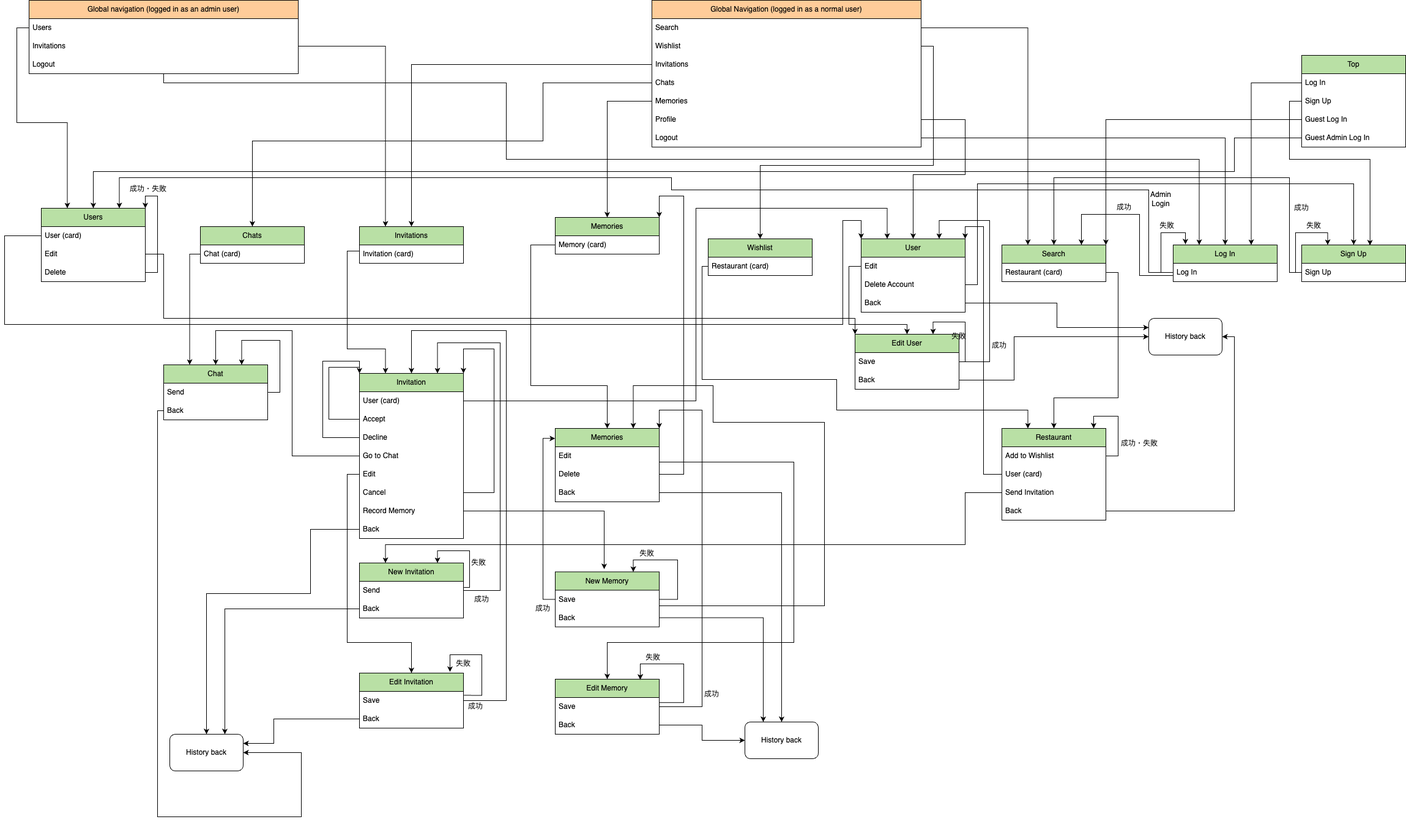
This is images/DineMate_User_Flow_Diagram.png from coding-shimichan/dine-mate, a draw.io export, as it was before one commit. Source tidied: cells renumbered, new cells last; positions are measured from the earlier drawing's top-left corner, leaving out a move shared by most shapes.
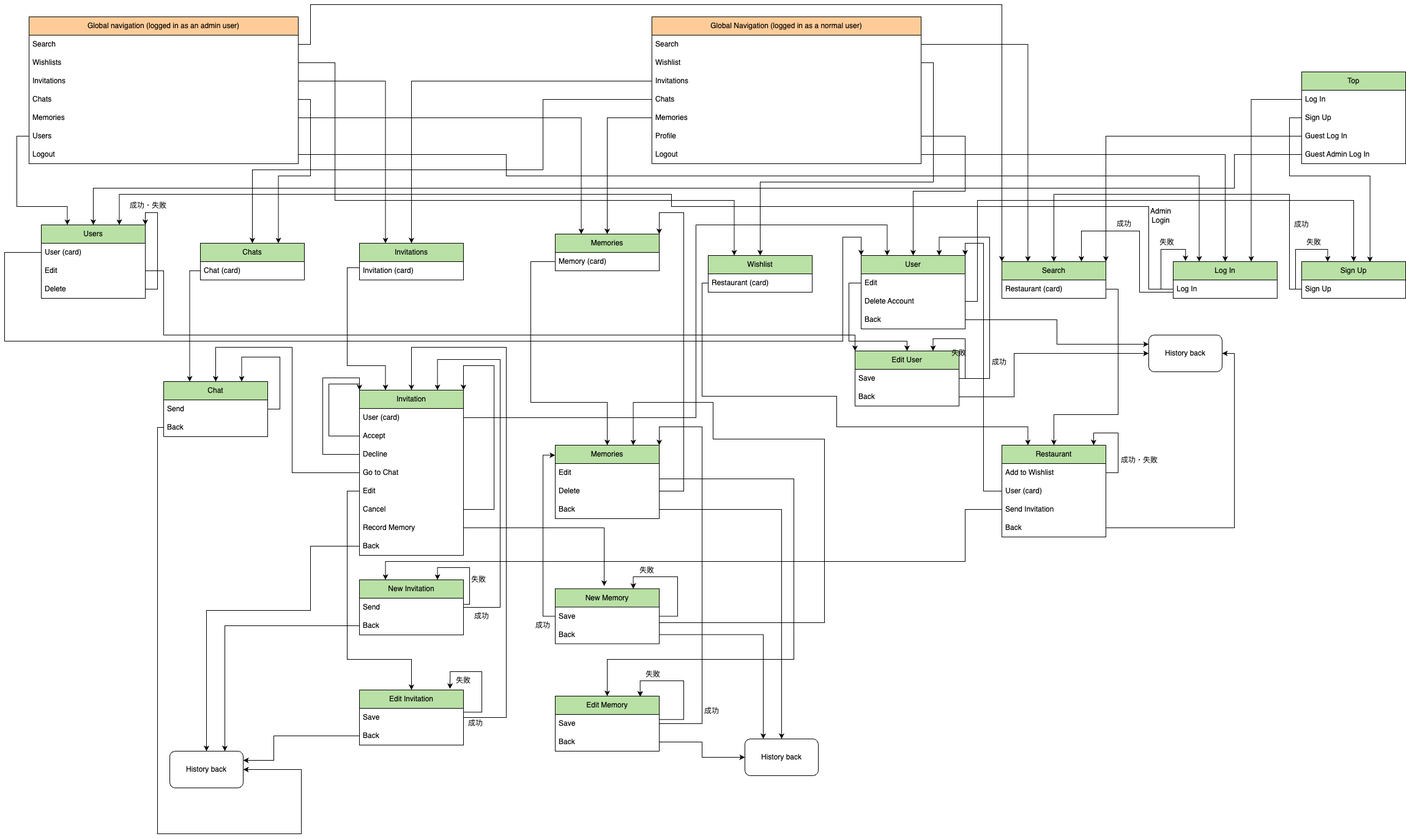
After the change.

Commit message:
Update user flow diagram

The edit, as a diff of the source:
```diff
@@ -251,16 +251,28 @@
       </mxGeometry>
     </mxCell>
     <mxCell id="60" value="Global navigation (logged in as an admin user)" style="swimlane;fontStyle=0;horizontal=1;startSize=30;whiteSpace=wrap;html=1;fillColor=#FFCC99;" parent="1" vertex="1">
-      <mxGeometry x="40" width="440" height="120" as="geometry" />
+      <mxGeometry x="40" width="440" height="240" as="geometry" />
     </mxCell>
+    <mxCell id="161" value="Search" style="text;strokeColor=none;fillColor=none;align=left;verticalAlign=middle;spacingLeft=4;spacingRight=4;overflow=hidden;points=[[0,0.5],[1,0.5]];portConstraint=eastwest;whiteSpace=wrap;html=1;" parent="60" vertex="1">
+      <mxGeometry y="30" width="440" height="30" as="geometry" />
+    </mxCell>
+    <mxCell id="162" value="Wishlists" style="text;strokeColor=none;fillColor=none;align=left;verticalAlign=middle;spacingLeft=4;spacingRight=4;overflow=hidden;points=[[0,0.5],[1,0.5]];portConstraint=eastwest;whiteSpace=wrap;html=1;" parent="60" vertex="1">
+      <mxGeometry y="60" width="440" height="30" as="geometry" />
+    </mxCell>
+    <mxCell id="62" value="Invitations" style="text;strokeColor=none;fillColor=none;align=left;verticalAlign=middle;spacingLeft=4;spacingRight=4;overflow=hidden;points=[[0,0.5],[1,0.5]];portConstraint=eastwest;whiteSpace=wrap;html=1;" parent="60" vertex="1">
+      <mxGeometry y="90" width="440" height="30" as="geometry" />
+    </mxCell>
+    <mxCell id="163" value="Chats" style="text;strokeColor=none;fillColor=none;align=left;verticalAlign=middle;spacingLeft=4;spacingRight=4;overflow=hidden;points=[[0,0.5],[1,0.5]];portConstraint=eastwest;whiteSpace=wrap;html=1;" parent="60" vertex="1">
+      <mxGeometry y="120" width="440" height="30" as="geometry" />
+    </mxCell>
+    <mxCell id="164" value="Memories" style="text;strokeColor=none;fillColor=none;align=left;verticalAlign=middle;spacingLeft=4;spacingRight=4;overflow=hidden;points=[[0,0.5],[1,0.5]];portConstraint=eastwest;whiteSpace=wrap;html=1;" parent="60" vertex="1">
+      <mxGeometry y="150" width="440" height="30" as="geometry" />
+    </mxCell>
     <mxCell id="61" value="Users" style="text;strokeColor=none;fillColor=none;align=left;verticalAlign=middle;spacingLeft=4;spacingRight=4;overflow=hidden;points=[[0,0.5],[1,0.5]];portConstraint=eastwest;whiteSpace=wrap;html=1;" parent="60" vertex="1">
-      <mxGeometry y="30" width="440" height="30" as="geometry" />
+      <mxGeometry y="180" width="440" height="30" as="geometry" />
     </mxCell>
-    <mxCell id="62" value="Invitations" style="text;strokeColor=none;fillColor=none;align=left;verticalAlign=middle;spacingLeft=4;spacingRight=4;overflow=hidden;points=[[0,0.5],[1,0.5]];portConstraint=eastwest;whiteSpace=wrap;html=1;" parent="60" vertex="1">
-      <mxGeometry y="60" width="440" height="30" as="geometry" />
-    </mxCell>
     <mxCell id="63" value="Logout" style="text;strokeColor=none;fillColor=none;align=left;verticalAlign=middle;spacingLeft=4;spacingRight=4;overflow=hidden;points=[[0,0.5],[1,0.5]];portConstraint=eastwest;whiteSpace=wrap;html=1;" parent="60" vertex="1">
-      <mxGeometry y="90" width="440" height="30" as="geometry" />
+      <mxGeometry y="210" width="440" height="30" as="geometry" />
     </mxCell>
     <mxCell id="64" value="Global Navigation (logged in as a normal user)" style="swimlane;fontStyle=0;horizontal=1;startSize=30;whiteSpace=wrap;html=1;fillColor=#FFCC99;" parent="1" vertex="1">
       <mxGeometry x="1058" width="440" height="240" as="geometry" />
@@ -409,8 +421,7 @@
     <mxCell id="90" style="edgeStyle=orthogonalEdgeStyle;rounded=0;jettySize=auto;html=1;entryX=0.25;entryY=0;entryDx=0;entryDy=0;" parent="1" edge="1" source="63" target="72">
       <mxGeometry relative="1" as="geometry">
         <Array as="points">
-          <mxPoint x="260" y="135" />
-          <mxPoint x="820" y="135" />
+          <mxPoint x="820" y="225" />
           <mxPoint x="820" y="260" />
           <mxPoint x="1953" y="260" />
         </Array>
@@ -538,7 +549,13 @@
       </mxGeometry>
     </mxCell>
     <mxCell id="109" style="edgeStyle=orthogonalEdgeStyle;rounded=0;jettySize=auto;html=1;exitX=0;exitY=0.5;exitDx=0;exitDy=0;entryX=0.25;entryY=0;entryDx=0;entryDy=0;" parent="1" edge="1" source="61" target="51">
-      <mxGeometry relative="1" as="geometry" />
+      <mxGeometry relative="1" as="geometry">
+        <Array as="points">
+          <mxPoint x="20" y="195" />
+          <mxPoint x="20" y="310" />
+          <mxPoint x="103" y="310" />
+        </Array>
+      </mxGeometry>
     </mxCell>
     <mxCell id="110" style="edgeStyle=orthogonalEdgeStyle;rounded=0;jettySize=auto;html=1;entryX=0.25;entryY=0;entryDx=0;entryDy=0;" parent="1" edge="1" source="62" target="13">
       <mxGeometry relative="1" as="geometry" />
@@ -695,8 +712,8 @@
       <mxGeometry relative="1" as="geometry">
         <Array as="points">
           <mxPoint x="880" y="135" />
-          <mxPoint x="880" y="230" />
-          <mxPoint x="405" y="230" />
+          <mxPoint x="880" y="250" />
+          <mxPoint x="405" y="250" />
         </Array>
       </mxGeometry>
     </mxCell>
@@ -779,5 +796,29 @@
     <mxCell id="160" value="Admin&lt;div&gt;Login&lt;/div&gt;" style="text;html=1;align=center;verticalAlign=middle;whiteSpace=wrap;rounded=0;" parent="1" vertex="1">
       <mxGeometry x="1860" y="310" width="60" height="30" as="geometry" />
     </mxCell>
+    <mxCell id="165" style="edgeStyle=orthogonalEdgeStyle;rounded=0;jettySize=auto;html=1;entryX=0;entryY=0;entryDx=0;entryDy=0;" parent="1" edge="1" source="161" target="3">
+      <mxGeometry relative="1" as="geometry">
+        <Array as="points">
+          <mxPoint x="500" y="45" />
+          <mxPoint x="500" y="-20" />
+          <mxPoint x="1630" y="-20" />
+        </Array>
+      </mxGeometry>
+    </mxCell>
+    <mxCell id="166" style="edgeStyle=orthogonalEdgeStyle;rounded=0;jettySize=auto;html=1;entryX=0.25;entryY=0;entryDx=0;entryDy=0;" parent="1" edge="1" source="162" target="11">
+      <mxGeometry relative="1" as="geometry">
+        <Array as="points">
+          <mxPoint x="540" y="75" />
+          <mxPoint x="540" y="300" />
+          <mxPoint x="1193" y="300" />
+        </Array>
+      </mxGeometry>
+    </mxCell>
+    <mxCell id="167" style="edgeStyle=orthogonalEdgeStyle;rounded=0;jettySize=auto;html=1;entryX=0.75;entryY=0;entryDx=0;entryDy=0;" parent="1" edge="1" source="163" target="145">
+      <mxGeometry relative="1" as="geometry" />
+    </mxCell>
+    <mxCell id="168" style="edgeStyle=orthogonalEdgeStyle;rounded=0;jettySize=auto;html=1;entryX=0.25;entryY=0;entryDx=0;entryDy=0;" parent="1" edge="1" source="164" target="36">
+      <mxGeometry relative="1" as="geometry" />
+    </mxCell>
   </root>
 </mxGraphModel>
```
